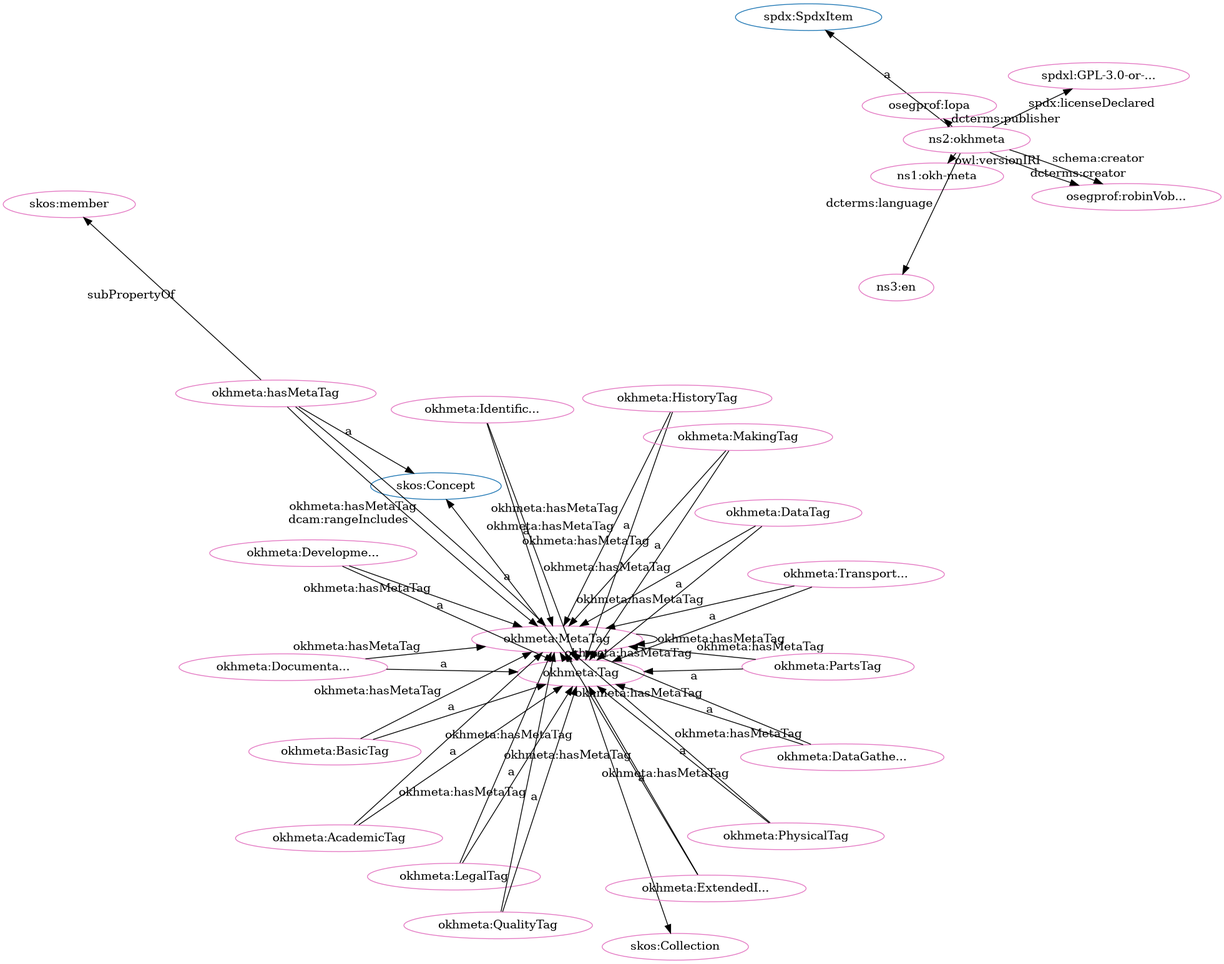
The Graphviz diagram src/spec/fdp_okh-meta-clean.png in iop-alliance/OpenKnowHow, before a commit. Its source is kept beside it as src/spec/fdp_okh-meta-clean.dot.
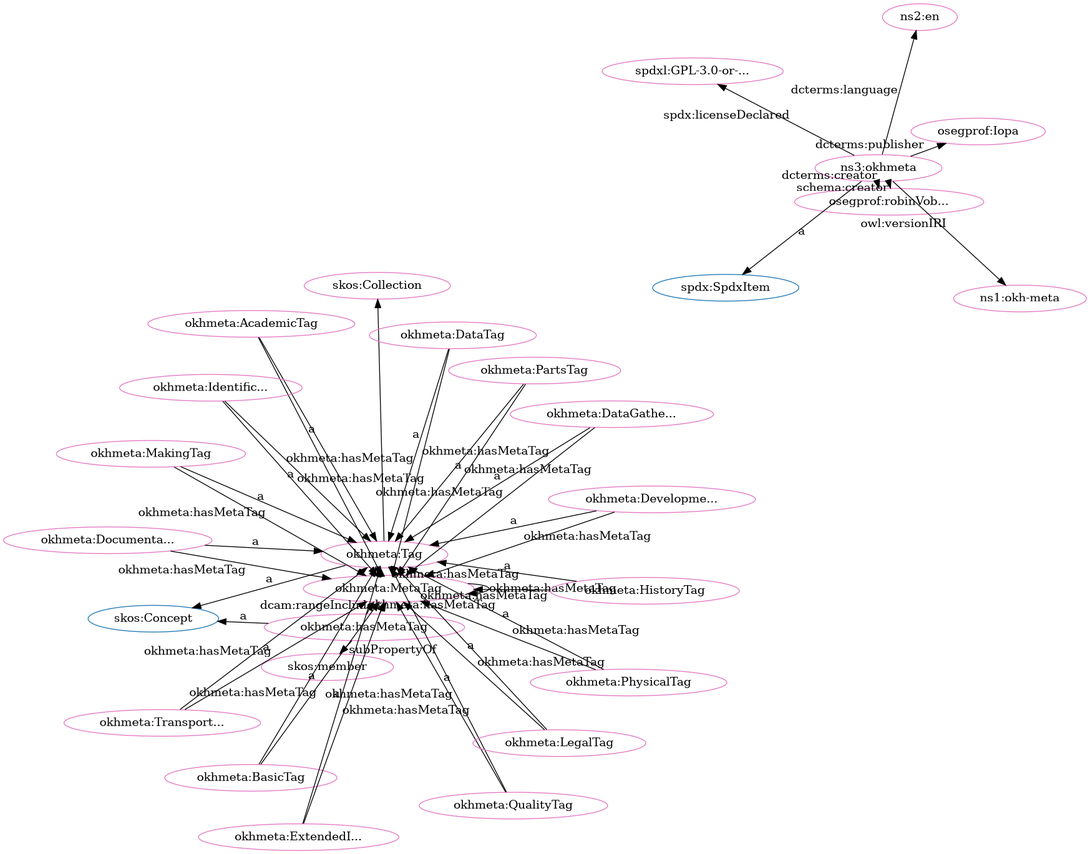
After the commit.

What changed in the source:
```diff
@@ -1,80 +1,80 @@
 digraph G {
   rankdir=BT
   node[height=.3]
+"http://www.w3.org/2004/02/skos/core#Collection" [fillcolor="#1f77b4" color="#1f77b4" label="skos:Collection"]
+"http://w3id.org/oseg/ont/okhmeta#Tag" [fillcolor="#1f77b4" color="#1f77b4" label="okhmeta:Tag"]
+"http://www.w3.org/2004/02/skos/core#Concept" [fillcolor="#1f77b4" color="#1f77b4" label="skos:Concept"]
 "http://spdx.org/rdf/terms#SpdxItem" [fillcolor="#1f77b4" color="#1f77b4" label="spdx:SpdxItem"]
-"http://www.w3.org/2004/02/skos/core#Collection" [fillcolor="#1f77b4" color="#1f77b4" label="skos:Collection"]
-"http://www.w3.org/2004/02/skos/core#Concept" [fillcolor="#1f77b4" color="#1f77b4" label="skos:Concept"]
-"http://w3id.org/oseg/ont/okhmeta#Tag" [fillcolor="#1f77b4" color="#1f77b4" label="okhmeta:Tag"]
+"http://w3id.org/oseg/ont/1.1.0/okh-meta" [fillcolor="#e377c2" color="#e377c2" label="ns1:okh-meta"]
+"http://w3id.org/oseg/ont/oseg-profiles#robinVobruba" [fillcolor="#e377c2" color="#e377c2" label="osegprof:robinVob..."]
+"http://w3id.org/oseg/ont/okhmeta#MetaTag" [fillcolor="#e377c2" color="#e377c2" label="okhmeta:MetaTag"]
+"http://w3id.org/oseg/ont/okhmeta#DataTag" [fillcolor="#e377c2" color="#e377c2" label="okhmeta:DataTag"]
 "http://w3id.org/oseg/ont/okhmeta#hasMetaTag" [fillcolor="#e377c2" color="#e377c2" label="okhmeta:hasMetaTag"]
 "http://spdx.org/licenses/GPL-3.0-or-later" [fillcolor="#e377c2" color="#e377c2" label="spdxl:GPL-3.0-or-..."]
-"http://w3id.org/oseg/ont/okhmeta#MetaTag" [fillcolor="#e377c2" color="#e377c2" label="okhmeta:MetaTag"]
-"http://w3id.org/oseg/ont/1.1.0/okh-meta" [fillcolor="#e377c2" color="#e377c2" label="ns1:okh-meta"]
+"http://w3id.org/oseg/ont/okhmeta#BasicTag" [fillcolor="#e377c2" color="#e377c2" label="okhmeta:BasicTag"]
+"http://w3id.org/oseg/ont/okhmeta#ExtendedInfoTag" [fillcolor="#e377c2" color="#e377c2" label="okhmeta:ExtendedI..."]
+"http://w3id.org/oseg/ont/okhmeta#DocumentationTag" [fillcolor="#e377c2" color="#e377c2" label="okhmeta:Documenta..."]
+"http://w3id.org/oseg/ont/okhmeta#TransportationTag" [fillcolor="#e377c2" color="#e377c2" label="okhmeta:Transport..."]
+"http://id.loc.gov/vocabulary/iso639-1/en" [fillcolor="#e377c2" color="#e377c2" label="ns2:en"]
+"http://w3id.org/oseg/ont/oseg-profiles#Iopa" [fillcolor="#e377c2" color="#e377c2" label="osegprof:Iopa"]
+"http://w3id.org/oseg/ont/okhmeta#QualityTag" [fillcolor="#e377c2" color="#e377c2" label="okhmeta:QualityTag"]
+"http://w3id.org/oseg/ont/okhmeta#HistoryTag" [fillcolor="#e377c2" color="#e377c2" label="okhmeta:HistoryTag"]
 "http://w3id.org/oseg/ont/okhmeta#AcademicTag" [fillcolor="#e377c2" color="#e377c2" label="okhmeta:AcademicTag"]
-"http://w3id.org/oseg/ont/okhmeta" [fillcolor="#e377c2" color="#e377c2" label="ns2:okhmeta"]
 "http://w3id.org/oseg/ont/okhmeta#DevelopmentTag" [fillcolor="#e377c2" color="#e377c2" label="okhmeta:Developme..."]
-"http://w3id.org/oseg/ont/okhmeta#DataTag" [fillcolor="#e377c2" color="#e377c2" label="okhmeta:DataTag"]
-"http://w3id.org/oseg/ont/okhmeta#HistoryTag" [fillcolor="#e377c2" color="#e377c2" label="okhmeta:HistoryTag"]
-"http://w3id.org/oseg/ont/oseg-profiles#robinVobruba" [fillcolor="#e377c2" color="#e377c2" label="osegprof:robinVob..."]
-"http://w3id.org/oseg/ont/okhmeta#DocumentationTag" [fillcolor="#e377c2" color="#e377c2" label="okhmeta:Documenta..."]
+"http://www.w3.org/2004/02/skos/core#Collection" [fillcolor="#e377c2" color="#e377c2" label="skos:Collection"]
+"http://w3id.org/oseg/ont/okhmeta#DataGatheringTag" [fillcolor="#e377c2" color="#e377c2" label="okhmeta:DataGathe..."]
 "http://w3id.org/oseg/ont/okhmeta#PhysicalTag" [fillcolor="#e377c2" color="#e377c2" label="okhmeta:PhysicalTag"]
+"http://w3id.org/oseg/ont/okhmeta#LegalTag" [fillcolor="#e377c2" color="#e377c2" label="okhmeta:LegalTag"]
+"http://w3id.org/oseg/ont/okhmeta" [fillcolor="#e377c2" color="#e377c2" label="ns3:okhmeta"]
 "http://w3id.org/oseg/ont/okhmeta#MakingTag" [fillcolor="#e377c2" color="#e377c2" label="okhmeta:MakingTag"]
-"http://w3id.org/oseg/ont/okhmeta#LegalTag" [fillcolor="#e377c2" color="#e377c2" label="okhmeta:LegalTag"]
+"http://w3id.org/oseg/ont/okhmeta#IdentificationTag" [fillcolor="#e377c2" color="#e377c2" label="okhmeta:Identific..."]
+"http://w3id.org/oseg/ont/okhmeta#PartsTag" [fillcolor="#e377c2" color="#e377c2" label="okhmeta:PartsTag"]
+"http://w3id.org/oseg/ont/okhmeta#Tag" [fillcolor="#e377c2" color="#e377c2" label="okhmeta:Tag"]
 "http://www.w3.org/2004/02/skos/core#member" [fillcolor="#e377c2" color="#e377c2" label="skos:member"]
-"http://w3id.org/oseg/ont/okhmeta#TransportationTag" [fillcolor="#e377c2" color="#e377c2" label="okhmeta:Transport..."]
-"http://w3id.org/oseg/ont/okhmeta#Tag" [fillcolor="#e377c2" color="#e377c2" label="okhmeta:Tag"]
-"http://w3id.org/oseg/ont/okhmeta#ExtendedInfoTag" [fillcolor="#e377c2" color="#e377c2" label="okhmeta:ExtendedI..."]
-"http://w3id.org/oseg/ont/okhmeta#BasicTag" [fillcolor="#e377c2" color="#e377c2" label="okhmeta:BasicTag"]
-"http://w3id.org/oseg/ont/okhmeta#QualityTag" [fillcolor="#e377c2" color="#e377c2" label="okhmeta:QualityTag"]
-"http://w3id.org/oseg/ont/oseg-profiles#Iopa" [fillcolor="#e377c2" color="#e377c2" label="osegprof:Iopa"]
-"http://www.w3.org/2004/02/skos/core#Collection" [fillcolor="#e377c2" color="#e377c2" label="skos:Collection"]
-"http://w3id.org/oseg/ont/okhmeta#IdentificationTag" [fillcolor="#e377c2" color="#e377c2" label="okhmeta:Identific..."]
-"http://id.loc.gov/vocabulary/iso639-1/en" [fillcolor="#e377c2" color="#e377c2" label="ns3:en"]
-"http://w3id.org/oseg/ont/okhmeta#PartsTag" [fillcolor="#e377c2" color="#e377c2" label="okhmeta:PartsTag"]
-"http://w3id.org/oseg/ont/okhmeta#DataGatheringTag" [fillcolor="#e377c2" color="#e377c2" label="okhmeta:DataGathe..."]
+  "http://w3id.org/oseg/ont/okhmeta" -> "http://w3id.org/oseg/ont/1.1.0/okh-meta" [label="owl:versionIRI"]
+  "http://w3id.org/oseg/ont/okhmeta" -> "http://w3id.org/oseg/ont/oseg-profiles#robinVobruba" [label="schema:creator"]
+  "http://w3id.org/oseg/ont/okhmeta#HistoryTag" -> "http://w3id.org/oseg/ont/okhmeta#MetaTag" [label="okhmeta:hasMetaTag"]
+  "http://w3id.org/oseg/ont/okhmeta" -> "http://w3id.org/oseg/ont/oseg-profiles#robinVobruba" [label="dcterms:creator"]
+  "http://w3id.org/oseg/ont/okhmeta#DataTag" -> "http://w3id.org/oseg/ont/okhmeta#Tag" [label="a"]
   "http://w3id.org/oseg/ont/okhmeta#hasMetaTag" -> "http://www.w3.org/2004/02/skos/core#Concept" [label="a"]
+  "http://w3id.org/oseg/ont/okhmeta#BasicTag" -> "http://w3id.org/oseg/ont/okhmeta#Tag" [label="a"]
+  "http://w3id.org/oseg/ont/okhmeta#TransportationTag" -> "http://w3id.org/oseg/ont/okhmeta#Tag" [label="a"]
+  "http://w3id.org/oseg/ont/okhmeta" -> "http://w3id.org/oseg/ont/oseg-profiles#Iopa" [label="dcterms:publisher"]
+  "http://w3id.org/oseg/ont/okhmeta#QualityTag" -> "http://w3id.org/oseg/ont/okhmeta#Tag" [label="a"]
+  "http://w3id.org/oseg/ont/okhmeta#BasicTag" -> "http://w3id.org/oseg/ont/okhmeta#MetaTag" [label="okhmeta:hasMetaTag"]
+  "http://w3id.org/oseg/ont/okhmeta#TransportationTag" -> "http://w3id.org/oseg/ont/okhmeta#MetaTag" [label="okhmeta:hasMetaTag"]
+  "http://w3id.org/oseg/ont/okhmeta#HistoryTag" -> "http://w3id.org/oseg/ont/okhmeta#Tag" [label="a"]
+  "http://w3id.org/oseg/ont/okhmeta#AcademicTag" -> "http://w3id.org/oseg/ont/okhmeta#Tag" [label="a"]
+  "http://w3id.org/oseg/ont/okhmeta#DevelopmentTag" -> "http://w3id.org/oseg/ont/okhmeta#Tag" [label="a"]
+  "http://w3id.org/oseg/ont/okhmeta#Tag" -> "http://www.w3.org/2004/02/skos/core#Collection" [label=""]
+  "http://w3id.org/oseg/ont/okhmeta#DataGatheringTag" -> "http://w3id.org/oseg/ont/okhmeta#Tag" [label="a"]
+  "http://w3id.org/oseg/ont/okhmeta#QualityTag" -> "http://w3id.org/oseg/ont/okhmeta#MetaTag" [label="okhmeta:hasMetaTag"]
+  "http://w3id.org/oseg/ont/okhmeta#DevelopmentTag" -> "http://w3id.org/oseg/ont/okhmeta#MetaTag" [label="okhmeta:hasMetaTag"]
+  "http://w3id.org/oseg/ont/okhmeta#DataGatheringTag" -> "http://w3id.org/oseg/ont/okhmeta#MetaTag" [label="okhmeta:hasMetaTag"]
+  "http://w3id.org/oseg/ont/okhmeta#MakingTag" -> "http://w3id.org/oseg/ont/okhmeta#Tag" [label="a"]
+  "http://w3id.org/oseg/ont/okhmeta#MetaTag" -> "http://w3id.org/oseg/ont/okhmeta#MetaTag" [label="okhmeta:hasMetaTag"]
+  "http://w3id.org/oseg/ont/okhmeta#Tag" -> "http://www.w3.org/2004/02/skos/core#Concept" [label="a"]
+  "http://w3id.org/oseg/ont/okhmeta#hasMetaTag" -> "http://www.w3.org/2004/02/skos/core#member" [label="subPropertyOf"]
+  "http://w3id.org/oseg/ont/okhmeta" -> "http://spdx.org/licenses/GPL-3.0-or-later" [label="spdx:licenseDeclared"]
+  "http://w3id.org/oseg/ont/okhmeta#PartsTag" -> "http://w3id.org/oseg/ont/okhmeta#MetaTag" [label="okhmeta:hasMetaTag"]
+  "http://w3id.org/oseg/ont/okhmeta#ExtendedInfoTag" -> "http://w3id.org/oseg/ont/okhmeta#Tag" [label="a"]
+  "http://w3id.org/oseg/ont/okhmeta#MetaTag" -> "http://w3id.org/oseg/ont/okhmeta#Tag" [label="a"]
+  "http://w3id.org/oseg/ont/okhmeta#Tag" -> "http://w3id.org/oseg/ont/okhmeta#MetaTag" [label="okhmeta:hasMetaTag"]
+  "http://w3id.org/oseg/ont/okhmeta#AcademicTag" -> "http://w3id.org/oseg/ont/okhmeta#MetaTag" [label="okhmeta:hasMetaTag"]
+  "http://w3id.org/oseg/ont/okhmeta#DocumentationTag" -> "http://w3id.org/oseg/ont/okhmeta#Tag" [label="a"]
+  "http://w3id.org/oseg/ont/okhmeta" -> "http://id.loc.gov/vocabulary/iso639-1/en" [label="dcterms:language"]
+  "http://w3id.org/oseg/ont/okhmeta#hasMetaTag" -> "http://w3id.org/oseg/ont/okhmeta#MetaTag" [label="okhmeta:hasMetaTag"]
+  "http://w3id.org/oseg/ont/okhmeta#ExtendedInfoTag" -> "http://w3id.org/oseg/ont/okhmeta#MetaTag" [label="okhmeta:hasMetaTag"]
+  "http://w3id.org/oseg/ont/okhmeta#PhysicalTag" -> "http://w3id.org/oseg/ont/okhmeta#MetaTag" [label="okhmeta:hasMetaTag"]
+  "http://w3id.org/oseg/ont/okhmeta#DocumentationTag" -> "http://w3id.org/oseg/ont/okhmeta#MetaTag" [label="okhmeta:hasMetaTag"]
   "http://w3id.org/oseg/ont/okhmeta#MakingTag" -> "http://w3id.org/oseg/ont/okhmeta#MetaTag" [label="okhmeta:hasMetaTag"]
-  "http://w3id.org/oseg/ont/okhmeta" -> "http://w3id.org/oseg/ont/1.1.0/okh-meta" [label="owl:versionIRI"]
-  "http://w3id.org/oseg/ont/okhmeta#LegalTag" -> "http://w3id.org/oseg/ont/okhmeta#MetaTag" [label="okhmeta:hasMetaTag"]
-  "http://w3id.org/oseg/ont/okhmeta#DevelopmentTag" -> "http://w3id.org/oseg/ont/okhmeta#MetaTag" [label="okhmeta:hasMetaTag"]
-  "http://w3id.org/oseg/ont/okhmeta#IdentificationTag" -> "http://w3id.org/oseg/ont/okhmeta#MetaTag" [label="okhmeta:hasMetaTag"]
-  "http://w3id.org/oseg/ont/okhmeta#DataTag" -> "http://w3id.org/oseg/ont/okhmeta#Tag" [label="a"]
-  "http://w3id.org/oseg/ont/okhmeta#ExtendedInfoTag" -> "http://w3id.org/oseg/ont/okhmeta#MetaTag" [label="okhmeta:hasMetaTag"]
-  "http://w3id.org/oseg/ont/okhmeta#HistoryTag" -> "http://w3id.org/oseg/ont/okhmeta#Tag" [label="a"]
-  "http://w3id.org/oseg/ont/okhmeta" -> "http://w3id.org/oseg/ont/oseg-profiles#robinVobruba" [label="schema:creator"]
-  "http://w3id.org/oseg/ont/okhmeta#DocumentationTag" -> "http://w3id.org/oseg/ont/okhmeta#Tag" [label="a"]
   "http://w3id.org/oseg/ont/okhmeta#PhysicalTag" -> "http://w3id.org/oseg/ont/okhmeta#Tag" [label="a"]
   "http://w3id.org/oseg/ont/okhmeta#LegalTag" -> "http://w3id.org/oseg/ont/okhmeta#Tag" [label="a"]
-  "http://w3id.org/oseg/ont/okhmeta#hasMetaTag" -> "http://www.w3.org/2004/02/skos/core#member" [label="subPropertyOf"]
-  "http://w3id.org/oseg/ont/okhmeta#Tag" -> "http://www.w3.org/2004/02/skos/core#Concept" [label="a"]
-  "http://w3id.org/oseg/ont/okhmeta#ExtendedInfoTag" -> "http://w3id.org/oseg/ont/okhmeta#Tag" [label="a"]
-  "http://w3id.org/oseg/ont/okhmeta#BasicTag" -> "http://w3id.org/oseg/ont/okhmeta#Tag" [label="a"]
-  "http://w3id.org/oseg/ont/okhmeta#QualityTag" -> "http://w3id.org/oseg/ont/okhmeta#Tag" [label="a"]
-  "http://w3id.org/oseg/ont/okhmeta#MetaTag" -> "http://w3id.org/oseg/ont/okhmeta#MetaTag" [label="okhmeta:hasMetaTag"]
-  "http://w3id.org/oseg/ont/okhmeta" -> "http://w3id.org/oseg/ont/oseg-profiles#Iopa" [label="dcterms:publisher"]
-  "http://w3id.org/oseg/ont/okhmeta#Tag" -> "http://www.w3.org/2004/02/skos/core#Collection" [label=""]
+  "http://w3id.org/oseg/ont/okhmeta#IdentificationTag" -> "http://w3id.org/oseg/ont/okhmeta#MetaTag" [label="okhmeta:hasMetaTag"]
+  "http://w3id.org/oseg/ont/okhmeta" -> "http://spdx.org/rdf/terms#SpdxItem" [label="a"]
+  "http://w3id.org/oseg/ont/okhmeta#LegalTag" -> "http://w3id.org/oseg/ont/okhmeta#MetaTag" [label="okhmeta:hasMetaTag"]
   "http://w3id.org/oseg/ont/okhmeta#DataTag" -> "http://w3id.org/oseg/ont/okhmeta#MetaTag" [label="okhmeta:hasMetaTag"]
-  "http://w3id.org/oseg/ont/okhmeta" -> "http://w3id.org/oseg/ont/oseg-profiles#robinVobruba" [label="dcterms:creator"]
-  "http://w3id.org/oseg/ont/okhmeta#DataGatheringTag" -> "http://w3id.org/oseg/ont/okhmeta#Tag" [label="a"]
-  "http://w3id.org/oseg/ont/okhmeta#DocumentationTag" -> "http://w3id.org/oseg/ont/okhmeta#MetaTag" [label="okhmeta:hasMetaTag"]
-  "http://w3id.org/oseg/ont/okhmeta" -> "http://spdx.org/licenses/GPL-3.0-or-later" [label="spdx:licenseDeclared"]
-  "http://w3id.org/oseg/ont/okhmeta#hasMetaTag" -> "http://w3id.org/oseg/ont/okhmeta#MetaTag" [label="okhmeta:hasMetaTag"]
-  "http://w3id.org/oseg/ont/okhmeta#AcademicTag" -> "http://w3id.org/oseg/ont/okhmeta#Tag" [label="a"]
+  "http://w3id.org/oseg/ont/okhmeta#IdentificationTag" -> "http://w3id.org/oseg/ont/okhmeta#Tag" [label="a"]
   "http://w3id.org/oseg/ont/okhmeta#hasMetaTag" -> "http://w3id.org/oseg/ont/okhmeta#MetaTag" [label="dcam:rangeIncludes"]
-  "http://w3id.org/oseg/ont/okhmeta#TransportationTag" -> "http://w3id.org/oseg/ont/okhmeta#MetaTag" [label="okhmeta:hasMetaTag"]
-  "http://w3id.org/oseg/ont/okhmeta#MetaTag" -> "http://w3id.org/oseg/ont/okhmeta#Tag" [label="a"]
-  "http://w3id.org/oseg/ont/okhmeta#DevelopmentTag" -> "http://w3id.org/oseg/ont/okhmeta#Tag" [label="a"]
-  "http://w3id.org/oseg/ont/okhmeta#HistoryTag" -> "http://w3id.org/oseg/ont/okhmeta#MetaTag" [label="okhmeta:hasMetaTag"]
-  "http://w3id.org/oseg/ont/okhmeta#PartsTag" -> "http://w3id.org/oseg/ont/okhmeta#MetaTag" [label="okhmeta:hasMetaTag"]
-  "http://w3id.org/oseg/ont/okhmeta#PhysicalTag" -> "http://w3id.org/oseg/ont/okhmeta#MetaTag" [label="okhmeta:hasMetaTag"]
-  "http://w3id.org/oseg/ont/okhmeta#DataGatheringTag" -> "http://w3id.org/oseg/ont/okhmeta#MetaTag" [label="okhmeta:hasMetaTag"]
-  "http://w3id.org/oseg/ont/okhmeta#MakingTag" -> "http://w3id.org/oseg/ont/okhmeta#Tag" [label="a"]
-  "http://w3id.org/oseg/ont/okhmeta" -> "http://spdx.org/rdf/terms#SpdxItem" [label="a"]
-  "http://w3id.org/oseg/ont/okhmeta#TransportationTag" -> "http://w3id.org/oseg/ont/okhmeta#Tag" [label="a"]
-  "http://w3id.org/oseg/ont/okhmeta#AcademicTag" -> "http://w3id.org/oseg/ont/okhmeta#MetaTag" [label="okhmeta:hasMetaTag"]
-  "http://w3id.org/oseg/ont/okhmeta#Tag" -> "http://w3id.org/oseg/ont/okhmeta#MetaTag" [label="okhmeta:hasMetaTag"]
-  "http://w3id.org/oseg/ont/okhmeta#IdentificationTag" -> "http://w3id.org/oseg/ont/okhmeta#Tag" [label="a"]
-  "http://w3id.org/oseg/ont/okhmeta" -> "http://id.loc.gov/vocabulary/iso639-1/en" [label="dcterms:language"]
-  "http://w3id.org/oseg/ont/okhmeta#BasicTag" -> "http://w3id.org/oseg/ont/okhmeta#MetaTag" [label="okhmeta:hasMetaTag"]
-  "http://w3id.org/oseg/ont/okhmeta#QualityTag" -> "http://w3id.org/oseg/ont/okhmeta#MetaTag" [label="okhmeta:hasMetaTag"]
   "http://w3id.org/oseg/ont/okhmeta#PartsTag" -> "http://w3id.org/oseg/ont/okhmeta#Tag" [label="a"]
 }
```
